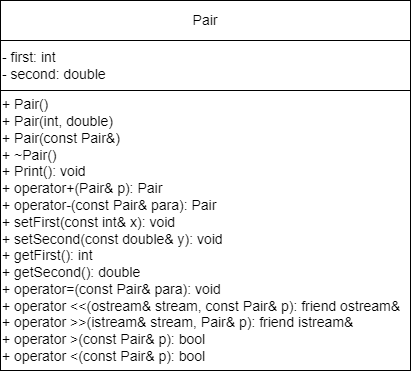
Before: class_13/uml_13-1.drawio.png, a diagram exported from draw.io (SonyAkb/Laboratory-works-for-the-2-semester). Source tidied: cells renumbered, new cells last; positions are measured from the earlier drawing's top-left corner, leaving out a move shared by most shapes.
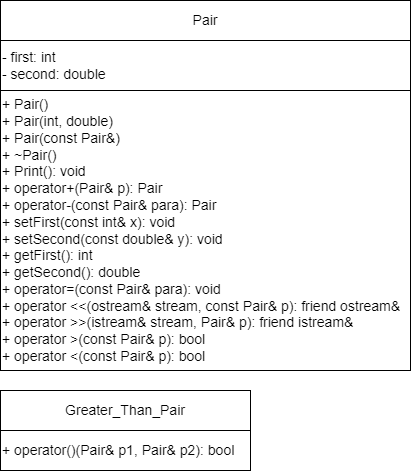
After the commit.

Diff of the diagram source:
```diff
@@ -11,5 +11,11 @@
     <mxCell id="4" value="- first: int&amp;nbsp;&lt;div style=&quot;font-size: 14px;&quot;&gt;- second:&amp;nbsp;&lt;span style=&quot;background-color: initial;&quot;&gt;double&lt;/span&gt;&lt;span style=&quot;background-color: initial;&quot;&gt;&amp;nbsp;&lt;/span&gt;&lt;br style=&quot;font-size: 14px;&quot;&gt;&lt;/div&gt;" style="rounded=0;whiteSpace=wrap;html=1;fontSize=14;align=left;" parent="1" vertex="1">
       <mxGeometry y="40" width="410" height="50" as="geometry" />
     </mxCell>
+    <mxCell id="5" value="Greater_Than_Pair" style="rounded=0;whiteSpace=wrap;html=1;fontSize=14;align=center;" parent="1" vertex="1">
+      <mxGeometry y="390" width="250" height="40" as="geometry" />
+    </mxCell>
+    <mxCell id="6" value="&lt;div style=&quot;&quot;&gt;+ operator()(Pair&amp;amp; p1, Pair&amp;amp; p2):&amp;nbsp;&lt;span style=&quot;background-color: initial;&quot;&gt;bool&lt;/span&gt;&lt;span style=&quot;background-color: initial;&quot;&gt;&amp;nbsp;&lt;/span&gt;&lt;br&gt;&lt;/div&gt;" style="rounded=0;whiteSpace=wrap;html=1;fontSize=14;align=left;" parent="1" vertex="1">
+      <mxGeometry y="430" width="250" height="40" as="geometry" />
+    </mxCell>
   </root>
 </mxGraphModel>
```
